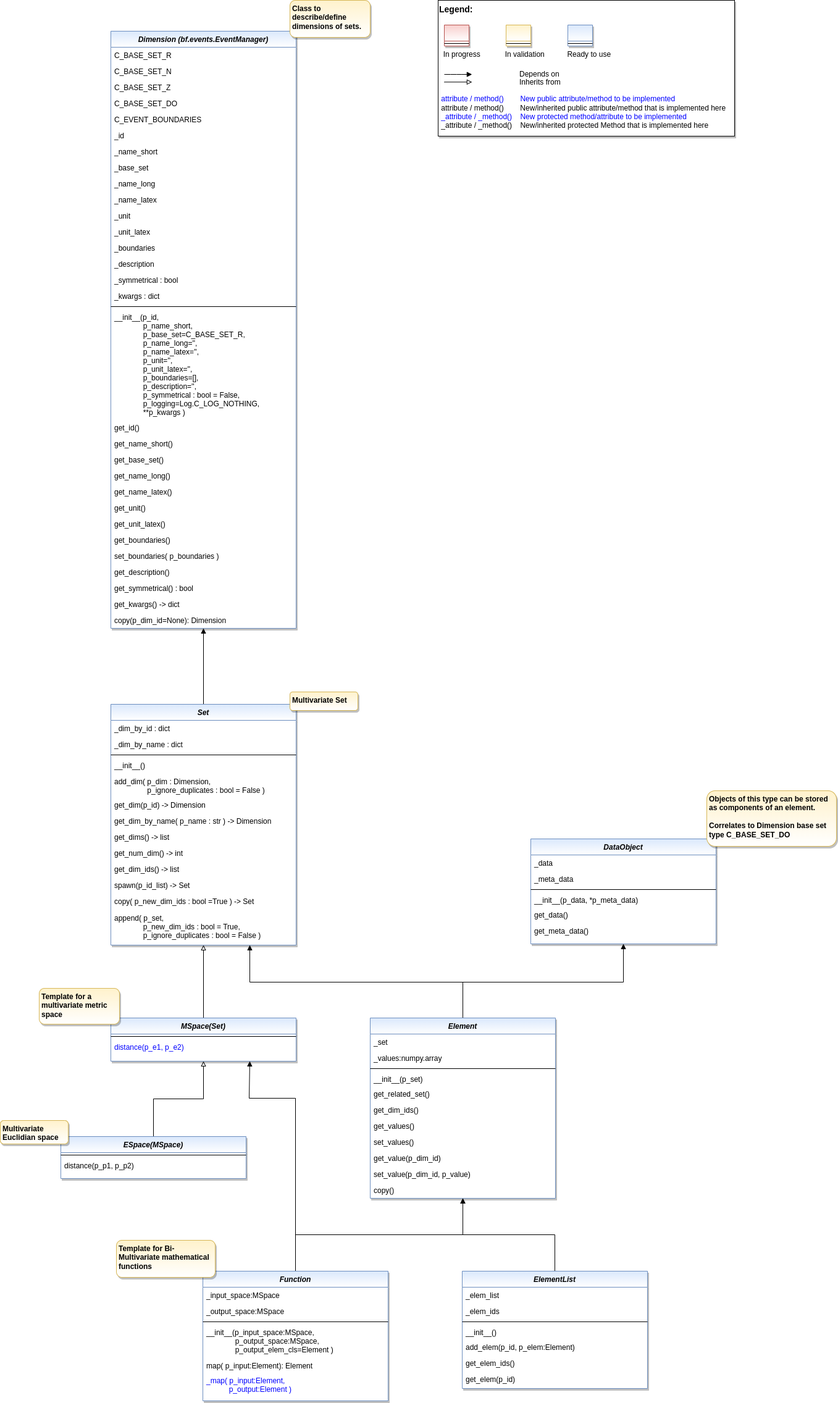
The draw.io diagram doc/rtd/content/append2/core/images/bf/MLPro-BF-Math_class_diagram.drawio.png in fhswf/MLPro, before a commit. Source tidied: cells renumbered, new cells last; positions are measured from the earlier drawing's top-left corner, leaving out a move shared by most shapes.
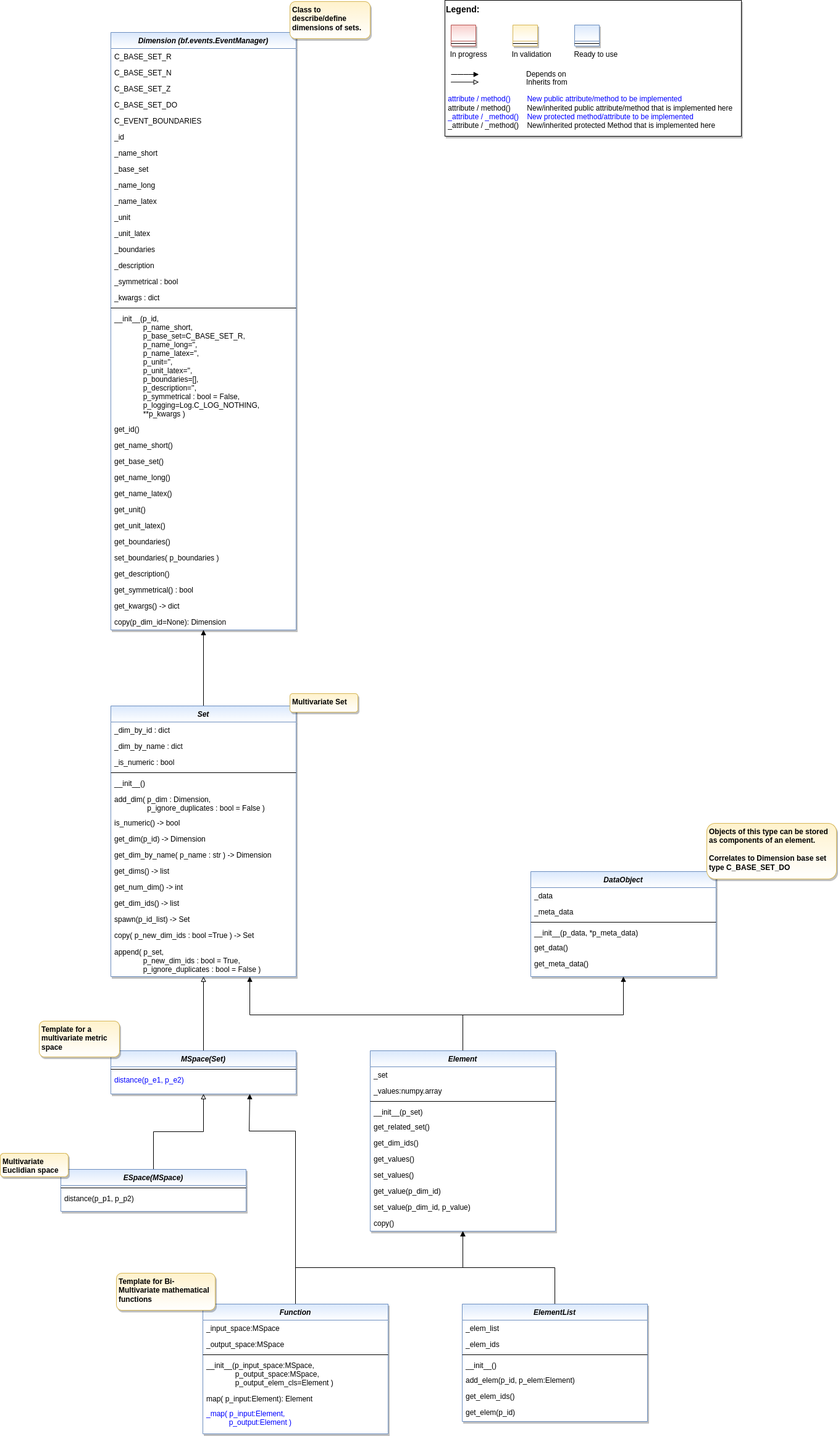
After the commit.

What changed in the source:
```diff
@@ -6,7 +6,7 @@
       <mxGeometry relative="1" as="geometry" />
     </mxCell>
     <mxCell id="3" value="Set" style="swimlane;fontStyle=3;align=center;verticalAlign=top;horizontal=1;startSize=26;rounded=0;shadow=1;strokeWidth=1;fillColor=#dae8fc;strokeColor=#6c8ebf;gradientColor=#ffffff;swimlaneFillColor=#ffffff;" parent="1" vertex="1">
-      <mxGeometry x="179" y="1140" width="300" height="390" as="geometry" />
+      <mxGeometry x="179" y="1090" width="300" height="438" as="geometry" />
     </mxCell>
     <mxCell id="4" value="_dim_by_id : dict" style="text;align=left;verticalAlign=top;spacingLeft=4;spacingRight=4;overflow=hidden;" parent="3" vertex="1">
       <mxGeometry y="26" width="300" height="26" as="geometry" />
@@ -14,41 +14,47 @@
     <mxCell id="5" value="_dim_by_name : dict" style="text;align=left;verticalAlign=top;spacingLeft=4;spacingRight=4;overflow=hidden;" parent="3" vertex="1">
       <mxGeometry y="52" width="300" height="26" as="geometry" />
     </mxCell>
+    <mxCell id="112" value="_is_numeric : bool" style="text;align=left;verticalAlign=top;spacingLeft=4;spacingRight=4;overflow=hidden;" parent="3" vertex="1">
+      <mxGeometry y="78" width="300" height="26" as="geometry" />
+    </mxCell>
     <mxCell id="6" style="line;html=1;strokeWidth=1;align=left;verticalAlign=middle;spacingTop=-1;spacingLeft=3;spacingRight=3;labelPosition=right;" parent="3" vertex="1">
-      <mxGeometry y="78" width="300" height="8" as="geometry" />
+      <mxGeometry y="104" width="300" height="8" as="geometry" />
     </mxCell>
     <mxCell id="7" value="__init__()" style="text;align=left;verticalAlign=top;spacingLeft=4;spacingRight=4;overflow=hidden;" parent="3" vertex="1">
-      <mxGeometry y="86" width="300" height="26" as="geometry" />
+      <mxGeometry y="112" width="300" height="26" as="geometry" />
     </mxCell>
     <mxCell id="8" value="add_dim( p_dim : Dimension, &#10;                p_ignore_duplicates : bool = False )" style="text;align=left;verticalAlign=top;spacingLeft=4;spacingRight=4;overflow=hidden;" parent="3" vertex="1">
-      <mxGeometry y="112" width="300" height="38" as="geometry" />
+      <mxGeometry y="138" width="300" height="38" as="geometry" />
     </mxCell>
+    <mxCell id="113" value="is_numeric() -&gt; bool" style="text;align=left;verticalAlign=top;spacingLeft=4;spacingRight=4;overflow=hidden;" parent="3" vertex="1">
+      <mxGeometry y="176" width="300" height="26" as="geometry" />
+    </mxCell>
     <mxCell id="9" value="get_dim(p_id) -&gt; Dimension" style="text;align=left;verticalAlign=top;spacingLeft=4;spacingRight=4;overflow=hidden;" parent="3" vertex="1">
-      <mxGeometry y="150" width="300" height="26" as="geometry" />
+      <mxGeometry y="202" width="300" height="26" as="geometry" />
     </mxCell>
     <mxCell id="10" value="get_dim_by_name( p_name : str ) -&gt; Dimension" style="text;align=left;verticalAlign=top;spacingLeft=4;spacingRight=4;overflow=hidden;" parent="3" vertex="1">
-      <mxGeometry y="176" width="300" height="26" as="geometry" />
+      <mxGeometry y="228" width="300" height="26" as="geometry" />
     </mxCell>
     <mxCell id="11" value="get_dims() -&gt; list" style="text;align=left;verticalAlign=top;spacingLeft=4;spacingRight=4;overflow=hidden;" parent="3" vertex="1">
-      <mxGeometry y="202" width="300" height="26" as="geometry" />
+      <mxGeometry y="254" width="300" height="26" as="geometry" />
     </mxCell>
     <mxCell id="12" value="get_num_dim() -&gt; int" style="text;align=left;verticalAlign=top;spacingLeft=4;spacingRight=4;overflow=hidden;" parent="3" vertex="1">
-      <mxGeometry y="228" width="300" height="26" as="geometry" />
+      <mxGeometry y="280" width="300" height="26" as="geometry" />
     </mxCell>
     <mxCell id="13" value="get_dim_ids() -&gt; list" style="text;align=left;verticalAlign=top;spacingLeft=4;spacingRight=4;overflow=hidden;" parent="3" vertex="1">
-      <mxGeometry y="254" width="300" height="26" as="geometry" />
+      <mxGeometry y="306" width="300" height="26" as="geometry" />
     </mxCell>
     <mxCell id="14" value="spawn(p_id_list) -&gt; Set" style="text;align=left;verticalAlign=top;spacingLeft=4;spacingRight=4;overflow=hidden;" parent="3" vertex="1">
-      <mxGeometry y="280" width="300" height="26" as="geometry" />
+      <mxGeometry y="332" width="300" height="26" as="geometry" />
     </mxCell>
     <mxCell id="15" value="copy( p_new_dim_ids : bool =True ) -&gt; Set" style="text;align=left;verticalAlign=top;spacingLeft=4;spacingRight=4;overflow=hidden;" parent="3" vertex="1">
-      <mxGeometry y="306" width="300" height="27" as="geometry" />
+      <mxGeometry y="358" width="300" height="27" as="geometry" />
     </mxCell>
     <mxCell id="16" value="append( p_set,&#10;              p_new_dim_ids : bool = True,&#10;              p_ignore_duplicates : bool = False )" style="text;align=left;verticalAlign=top;spacingLeft=4;spacingRight=4;overflow=hidden;" parent="3" vertex="1">
-      <mxGeometry y="333" width="300" height="53" as="geometry" />
+      <mxGeometry y="385" width="300" height="53" as="geometry" />
     </mxCell>
     <mxCell id="17" value="Dimension (bf.events.EventManager)" style="swimlane;fontStyle=3;align=center;verticalAlign=top;horizontal=1;startSize=26;rounded=0;shadow=1;strokeWidth=1;fillColor=#dae8fc;strokeColor=#6c8ebf;glass=0;gradientColor=#ffffff;swimlaneFillColor=#ffffff;" parent="1" vertex="1">
-      <mxGeometry x="179" y="50" width="300" height="967" as="geometry" />
+      <mxGeometry x="179" width="300" height="967" as="geometry" />
     </mxCell>
     <mxCell id="18" value="C_BASE_SET_R" style="text;align=left;verticalAlign=top;spacingLeft=4;spacingRight=4;overflow=hidden;" parent="17" vertex="1">
       <mxGeometry y="26" width="300" height="26" as="geometry" />
@@ -168,7 +174,7 @@
       <mxGeometry y="136" width="300" height="26" as="geometry" />
     </mxCell>
     <mxCell id="57" style="group;" parent="1" vertex="1">
-      <mxGeometry x="709" width="480" height="220" as="geometry" />
+      <mxGeometry x="720" y="-52" width="480" height="220" as="geometry" />
     </mxCell>
     <mxCell id="58" value="&lt;font color=&quot;#000000&quot; size=&quot;1&quot;&gt;&lt;b style=&quot;font-size: 14px&quot;&gt;Legend:&lt;br&gt;&lt;/b&gt;&lt;/font&gt;&lt;br&gt;&lt;br&gt;&lt;br&gt;&lt;font color=&quot;#0000ff&quot; style=&quot;font-size: 6px&quot;&gt;&lt;br&gt;&lt;/font&gt;&lt;span style=&quot;color: rgb(0 , 0 , 0)&quot;&gt;&lt;font style=&quot;font-size: 4px&quot;&gt;&amp;nbsp; &amp;nbsp;&lt;/font&gt;&amp;nbsp;In progress&amp;nbsp; &amp;nbsp; &amp;nbsp; &amp;nbsp; &amp;nbsp; &amp;nbsp; In validation&amp;nbsp; &amp;nbsp; &amp;nbsp; &amp;nbsp; &amp;nbsp; &amp;nbsp;Ready to use&lt;/span&gt;&lt;font color=&quot;#000000&quot;&gt;&amp;nbsp;&lt;br&gt;&lt;/font&gt;&lt;font color=&quot;#0000ff&quot;&gt;&lt;br&gt;&lt;br&gt;&lt;br&gt;&lt;br&gt;&amp;nbsp;attribute / method()&amp;nbsp; &amp;nbsp; &amp;nbsp; &amp;nbsp; New public attribute/method to be implemented&lt;/font&gt;&lt;br&gt;&lt;font color=&quot;#000000&quot;&gt;&amp;nbsp;&lt;/font&gt;&lt;font color=&quot;#000000&quot;&gt;attribute / method()&lt;span&gt;&#9;&lt;/span&gt;&amp;nbsp; &amp;nbsp; &amp;nbsp; &amp;nbsp;New/inherited public attribute/method that is implemented here&lt;br&gt;&lt;/font&gt;&lt;font color=&quot;#0000ff&quot;&gt;&amp;nbsp;_attribute /&amp;nbsp;&lt;/font&gt;&lt;font color=&quot;#0000ff&quot;&gt;_method()&amp;nbsp; &amp;nbsp; New protected method/attribute to be implemented&lt;/font&gt;&lt;br&gt;&lt;font color=&quot;#000000&quot;&gt;&amp;nbsp;_attribute / _method()&amp;nbsp; &amp;nbsp; New/inherited protected Method that is implemented here&lt;br&gt;&lt;/font&gt;&lt;font color=&quot;#000000&quot;&gt;&lt;br&gt;&lt;br&gt;&lt;br&gt;&lt;br&gt;&lt;br&gt;&lt;/font&gt;" style="text;html=1;align=left;verticalAlign=top;whiteSpace=wrap;rounded=0;fontColor=#006600;strokeColor=#000000;shadow=1;fillColor=#ffffff;" parent="57" vertex="1">
       <mxGeometry width="480" height="220" as="geometry" />
@@ -341,10 +347,10 @@
       <mxGeometry y="164" width="300" height="36" as="geometry" />
     </mxCell>
     <mxCell id="106" value="&lt;span style=&quot;text-align: center;&quot;&gt;Class to describe/define dimensions of sets.&lt;/span&gt;" style="rounded=1;whiteSpace=wrap;html=1;fillColor=#fff2cc;strokeColor=#d6b656;gradientColor=#FFFFFF;shadow=1;fontStyle=1;align=left;verticalAlign=top;spacingLeft=2;" parent="1" vertex="1">
-      <mxGeometry x="469" width="130" height="60" as="geometry" />
+      <mxGeometry x="469" y="-50" width="130" height="60" as="geometry" />
     </mxCell>
     <mxCell id="107" value="&lt;span style=&quot;text-align: center;&quot;&gt;Multivariate Set&lt;/span&gt;" style="rounded=1;whiteSpace=wrap;html=1;fillColor=#fff2cc;strokeColor=#d6b656;gradientColor=#FFFFFF;shadow=1;fontStyle=1;align=left;verticalAlign=top;spacingLeft=2;" parent="1" vertex="1">
-      <mxGeometry x="469" y="1120" width="110" height="30" as="geometry" />
+      <mxGeometry x="469" y="1070" width="110" height="30" as="geometry" />
     </mxCell>
     <mxCell id="108" value="&lt;span style=&quot;&quot;&gt;Objects of this type can be stored as components of an element.&lt;/span&gt;&lt;br style=&quot;&quot;&gt;&lt;br style=&quot;&quot;&gt;&lt;span style=&quot;&quot;&gt;Correlates to Dimension base set type C_BASE_SET_DO&lt;/span&gt;" style="rounded=1;whiteSpace=wrap;html=1;fillColor=#fff2cc;strokeColor=#d6b656;gradientColor=#FFFFFF;shadow=1;fontStyle=1;align=left;verticalAlign=top;spacingLeft=2;" parent="1" vertex="1">
       <mxGeometry x="1144" y="1280" width="210" height="90" as="geometry" />
```
